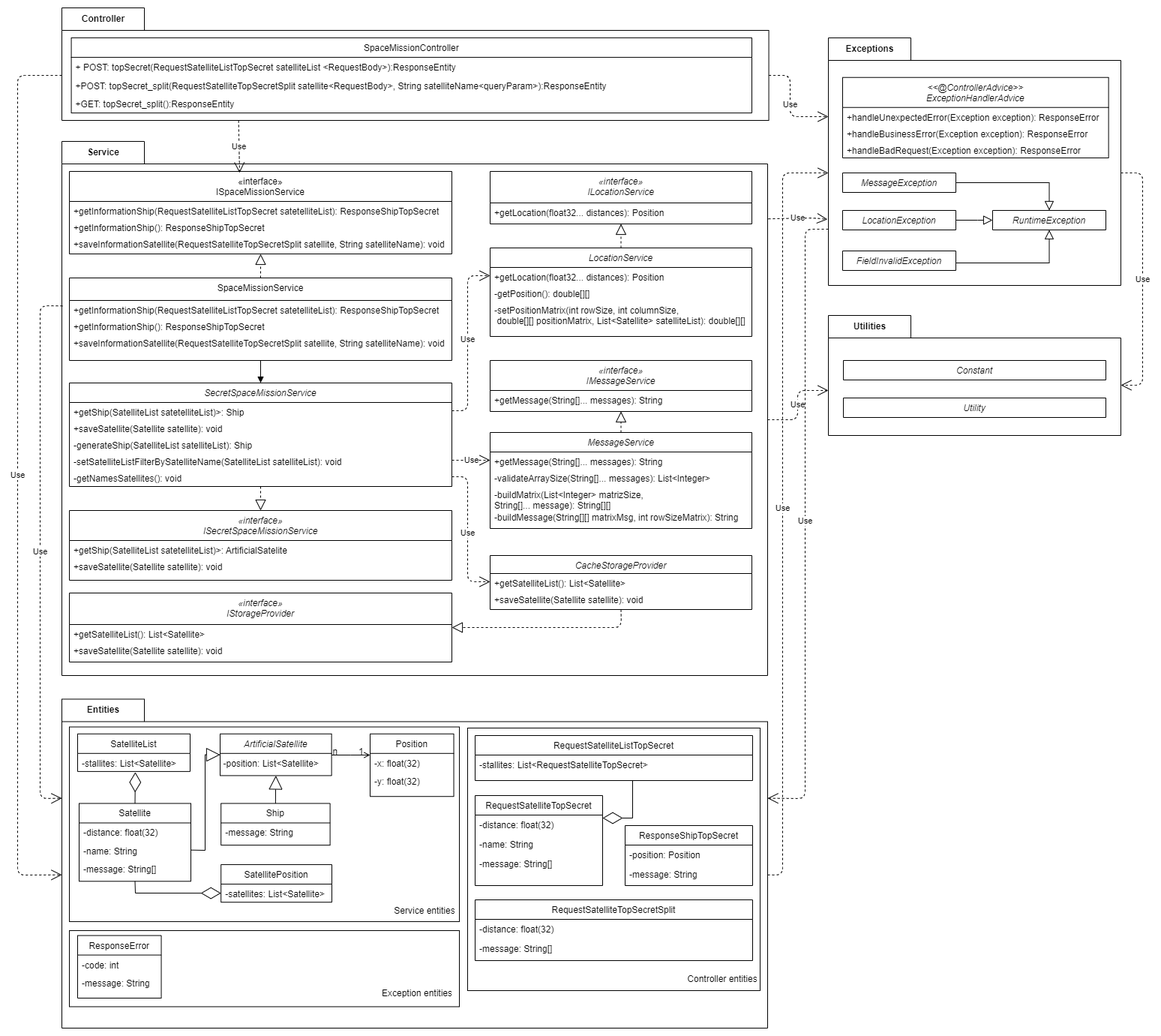
Earlier version of the draw.io export documentation/img/classView-img.png (Hrunner31/quasar-fire-operation). Source tidied: cells renumbered, new cells last; positions are measured from the earlier drawing's top-left corner, leaving out a move shared by most shapes.
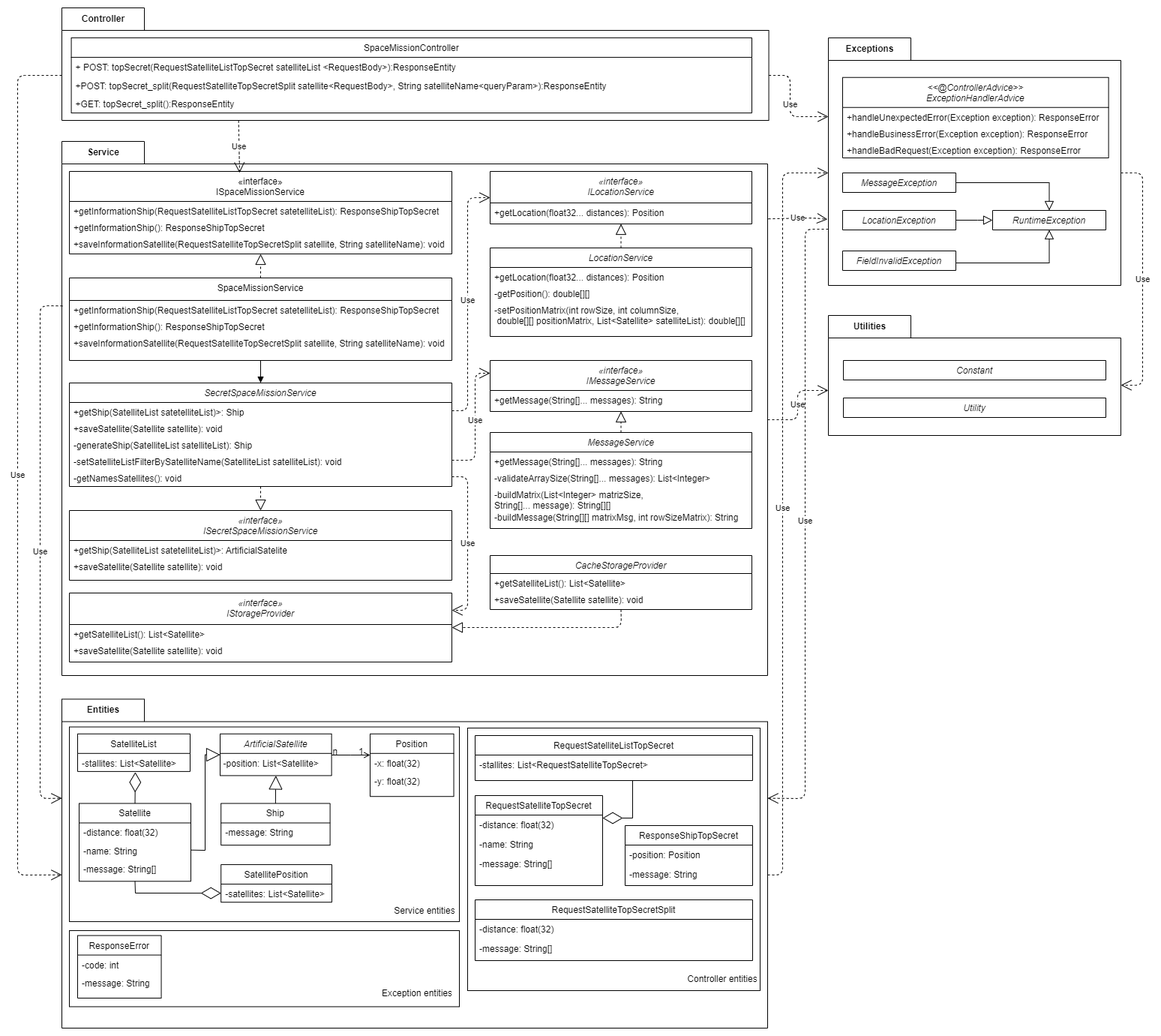
The same diagram one commit later.

Diff of the diagram source:
```diff
@@ -181,17 +181,22 @@
     <mxCell id="53" value="-getNamesSatellites(): void" style="text;align=left;verticalAlign=top;spacingLeft=4;spacingRight=4;overflow=hidden;points=[[0,0.5],[1,0.5]];portConstraint=eastwest;" parent="47" vertex="1">
       <mxGeometry y="114" width="510" height="22" as="geometry" />
     </mxCell>
-    <mxCell id="54" value="Use" style="endArrow=open;endSize=12;dashed=1;html=1;entryX=0;entryY=0.5;entryDx=0;entryDy=0;exitX=1;exitY=0.5;exitDx=0;exitDy=0;" parent="36" edge="1" source="48" target="42">
+    <mxCell id="54" value="Use" style="endArrow=open;endSize=12;dashed=1;html=1;entryX=0;entryY=0.5;entryDx=0;entryDy=0;exitX=1;exitY=0.5;exitDx=0;exitDy=0;" parent="36" edge="1" source="48" target="65">
       <mxGeometry relative="1" as="geometry">
         <Array as="points">
           <mxPoint x="541" y="359" />
           <mxPoint x="541" y="262" />
-          <mxPoint x="541" y="179" />
+          <mxPoint x="541" y="75" />
         </Array>
       </mxGeometry>
     </mxCell>
-    <mxCell id="55" value="Use" style="endArrow=open;endSize=12;dashed=1;html=1;exitX=1;exitY=0.5;exitDx=0;exitDy=0;entryX=0;entryY=0.5;entryDx=0;entryDy=0;" parent="36" edge="1" source="52" target="69">
-      <mxGeometry relative="1" as="geometry" />
+    <mxCell id="55" value="Use" style="endArrow=open;endSize=12;dashed=1;html=1;exitX=1;exitY=0.5;exitDx=0;exitDy=0;entryX=0;entryY=0.25;entryDx=0;entryDy=0;" parent="36" edge="1" source="52" target="45">
+      <mxGeometry relative="1" as="geometry">
+        <Array as="points">
+          <mxPoint x="551" y="425" />
+          <mxPoint x="551" y="309" />
+        </Array>
+      </mxGeometry>
     </mxCell>
     <mxCell id="56" style="endArrow=block;dashed=1;endFill=0;endSize=12;html=1;entryX=0.5;entryY=1;entryDx=0;entryDy=0;exitX=0.5;exitY=0;exitDx=0;exitDy=0;" parent="36" edge="1" source="57" target="37">
       <mxGeometry relative="1" as="geometry" />
@@ -253,11 +258,11 @@
     <mxCell id="75" value="+saveSatellite(Satellite satellite): void" style="text;align=left;verticalAlign=top;spacingLeft=4;spacingRight=4;overflow=hidden;" parent="73" vertex="1">
       <mxGeometry y="46" width="349" height="22" as="geometry" />
     </mxCell>
-    <mxCell id="76" value="Use" style="endArrow=open;endSize=12;dashed=1;html=1;exitX=1;exitY=0.5;exitDx=0;exitDy=0;entryX=0;entryY=0.5;entryDx=0;entryDy=0;" parent="36" edge="1" source="53" target="74">
+    <mxCell id="76" value="Use" style="endArrow=open;endSize=12;dashed=1;html=1;exitX=1;exitY=0.5;exitDx=0;exitDy=0;entryX=1;entryY=0.25;entryDx=0;entryDy=0;" parent="36" edge="1" source="53" target="77">
       <mxGeometry relative="1" as="geometry">
         <Array as="points">
           <mxPoint x="541" y="447" />
-          <mxPoint x="541" y="587" />
+          <mxPoint x="541" y="625" />
         </Array>
       </mxGeometry>
     </mxCell>
```
